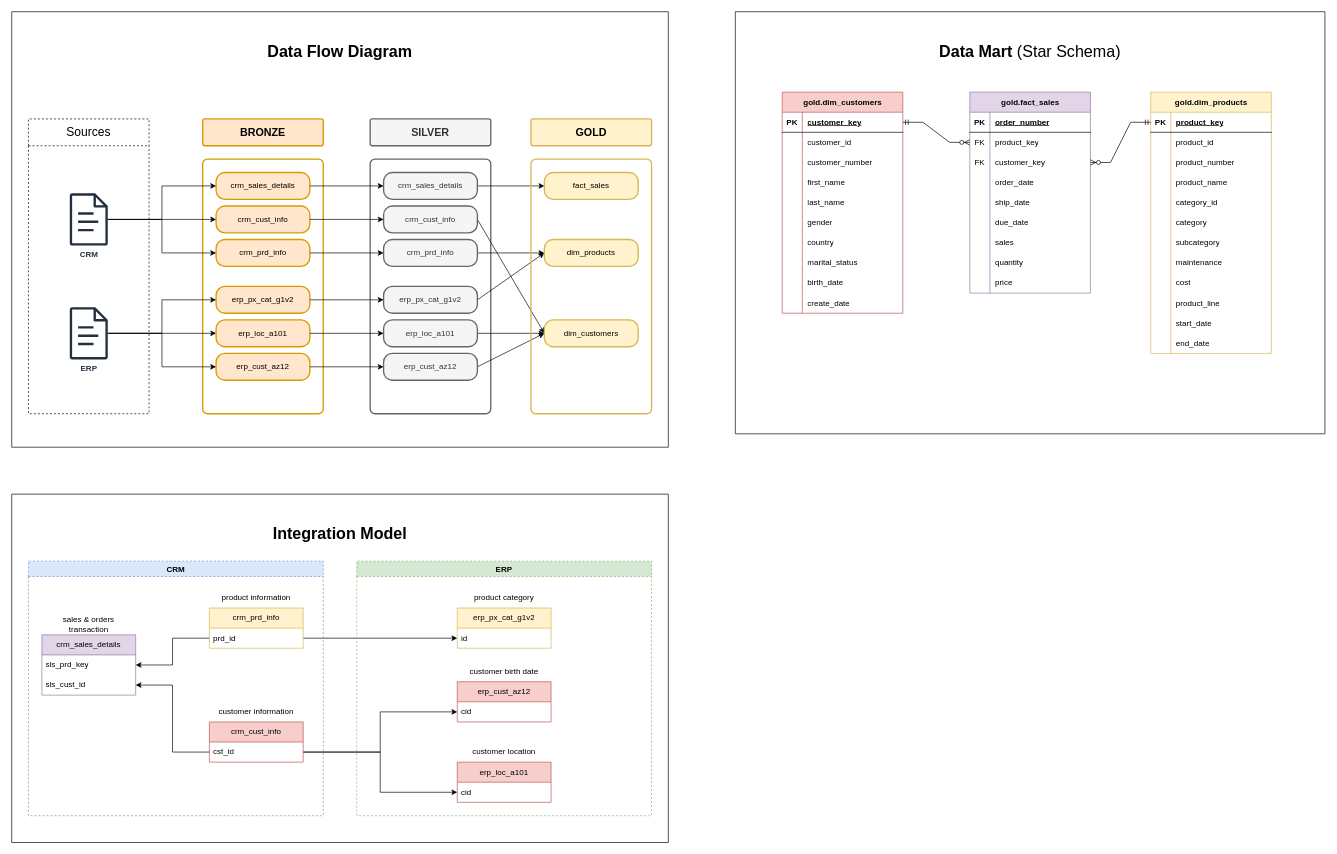
Above: docs/diagrams.drawio in sglkc/data-warehouse (draw.io), before the change. Source tidied: cells renumbered, new cells numbered last; positions are measured from the earlier drawing's top-left corner, leaving out a move shared by most shapes. Both pictures are drawn from the tidied source at 67%, with x=0, y=0 at pixel (11, 11).
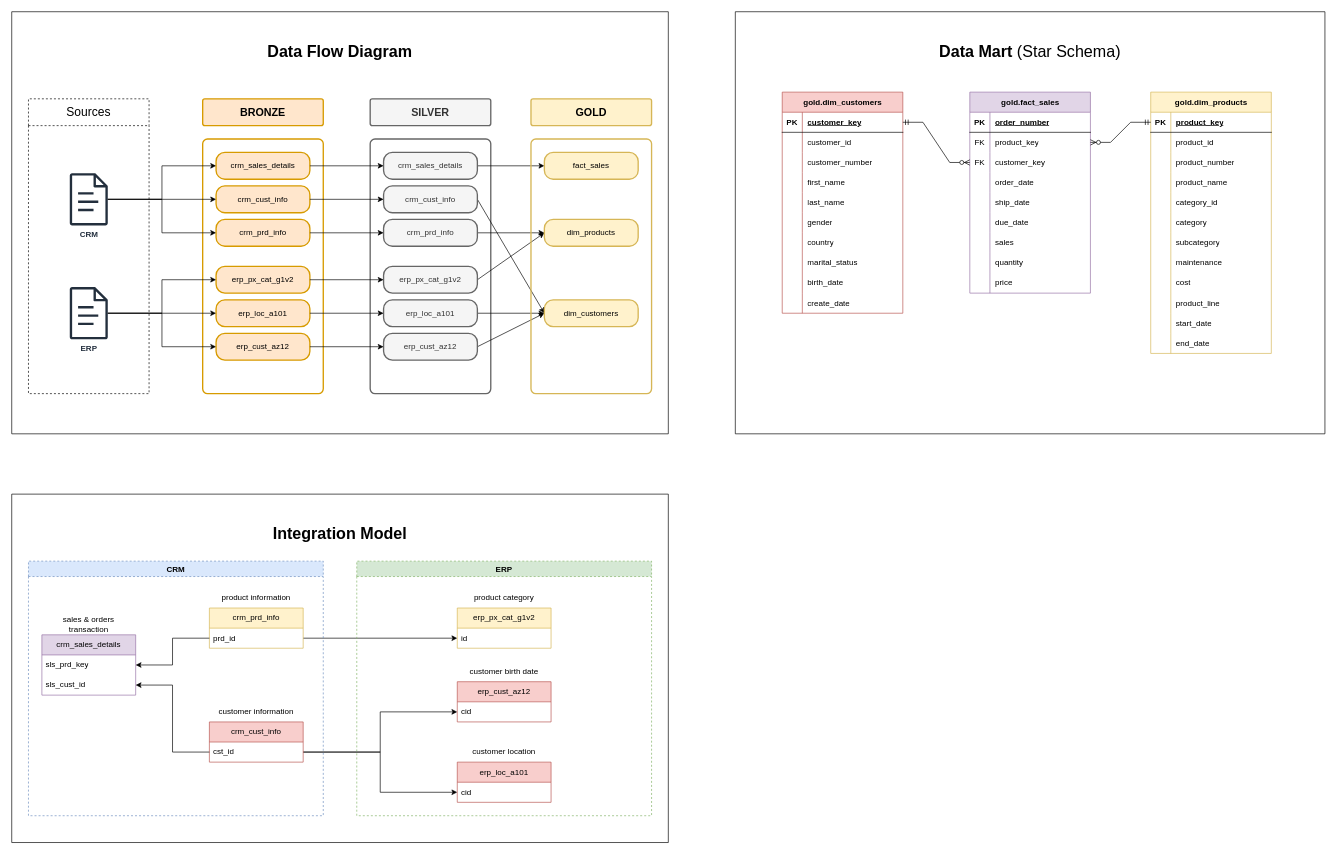
The same diagram, later.

Unchanged cells that the change refers to:
```xml
<mxCell id="80" style="swimlane;startSize=0;" parent="1" vertex="1">
  <mxGeometry x="1080" width="880" height="630" as="geometry" />
</mxCell>
<mxCell id="86" style="shape=tableRow;horizontal=0;startSize=0;swimlaneHead=0;swimlaneBody=0;fillColor=none;points=[[0,0.5],[1,0.5]];portConstraint=eastwest;top=0;left=0;right=0;bottom=0;" parent="82" vertex="1">
  <mxGeometry y="60" width="180" height="30" as="geometry" />
</mxCell>
<mxCell id="89" style="shape=tableRow;horizontal=0;startSize=0;swimlaneHead=0;swimlaneBody=0;fillColor=none;points=[[0,0.5],[1,0.5]];portConstraint=eastwest;top=0;left=0;right=0;bottom=0;" parent="82" vertex="1">
  <mxGeometry y="90" width="180" height="30" as="geometry" />
</mxCell>
<mxCell id="111" style="shape=tableRow;horizontal=0;startSize=0;swimlaneHead=0;swimlaneBody=0;fillColor=none;points=[[0,0.5],[1,0.5]];portConstraint=eastwest;top=0;left=0;right=0;bottom=1;" parent="110" vertex="1">
  <mxGeometry y="30" width="180" height="30" as="geometry" />
</mxCell>
<mxCell id="143" style="shape=tableRow;horizontal=0;startSize=0;swimlaneHead=0;swimlaneBody=0;fillColor=none;points=[[0,0.5],[1,0.5]];portConstraint=eastwest;top=0;left=0;right=0;bottom=1;" parent="142" vertex="1">
  <mxGeometry y="30" width="180" height="30" as="geometry" />
</mxCell>
```

The edit, as a diff of the source:
```diff
@@
     <mxCell id="2" style="swimlane;startSize=0;" parent="1" vertex="1">
-      <mxGeometry width="980" height="650" as="geometry" />
+      <mxGeometry width="980" height="630" as="geometry" />
     </mxCell>
     <mxCell id="3" value="Sources" style="swimlane;whiteSpace=wrap;html=1;fontSize=18;startSize=40;dashed=1;strokeWidth=1;fontStyle=0;swimlaneFillColor=none;fillColor=none;" parent="2" vertex="1">
-      <mxGeometry x="25" y="160" width="180" height="440" as="geometry" />
+      <mxGeometry x="25" y="130" width="180" height="440" as="geometry" />
     </mxCell>
@@
     <mxCell id="6" style="rounded=1;whiteSpace=wrap;html=1;arcSize=4;fillColor=none;strokeColor=#d79b00;strokeWidth=2;" parent="2" vertex="1">
-      <mxGeometry x="285" y="220" width="180" height="380" as="geometry" />
+      <mxGeometry x="285" y="190" width="180" height="380" as="geometry" />
     </mxCell>
     <mxCell id="7" value="&lt;b&gt;BRONZE&lt;/b&gt;" style="rounded=1;whiteSpace=wrap;html=1;arcSize=8;fillColor=#ffe6cc;strokeColor=#d79b00;strokeWidth=2;fontSize=16;" parent="2" vertex="1">
-      <mxGeometry x="285" y="160" width="180" height="40" as="geometry" />
+      <mxGeometry x="285" y="130" width="180" height="40" as="geometry" />
     </mxCell>
     <mxCell id="8" value="crm_sales_details" style="rounded=1;whiteSpace=wrap;html=1;arcSize=33;fillColor=#ffe6cc;strokeColor=#d79b00;strokeWidth=2;" parent="2" vertex="1">
-      <mxGeometry x="305" y="240" width="140" height="40" as="geometry" />
+      <mxGeometry x="305" y="210" width="140" height="40" as="geometry" />
     </mxCell>
     <mxCell id="9" value="crm_prd_info" style="rounded=1;whiteSpace=wrap;html=1;arcSize=33;fillColor=#ffe6cc;strokeColor=#d79b00;strokeWidth=2;" parent="2" vertex="1">
-      <mxGeometry x="305" y="340" width="140" height="40" as="geometry" />
+      <mxGeometry x="305" y="310" width="140" height="40" as="geometry" />
     </mxCell>
     <mxCell id="10" value="crm_cust_info" style="rounded=1;whiteSpace=wrap;html=1;arcSize=33;fillColor=#ffe6cc;strokeColor=#d79b00;strokeWidth=2;" parent="2" vertex="1">
-      <mxGeometry x="305" y="290" width="140" height="40" as="geometry" />
+      <mxGeometry x="305" y="260" width="140" height="40" as="geometry" />
     </mxCell>
     <mxCell id="11" value="erp_cust_az12" style="rounded=1;whiteSpace=wrap;html=1;arcSize=33;fillColor=#ffe6cc;strokeColor=#d79b00;strokeWidth=2;" parent="2" vertex="1">
-      <mxGeometry x="305" y="510" width="140" height="40" as="geometry" />
+      <mxGeometry x="305" y="480" width="140" height="40" as="geometry" />
     </mxCell>
     <mxCell id="12" value="erp_loc_a101" style="rounded=1;whiteSpace=wrap;html=1;arcSize=33;fillColor=#ffe6cc;strokeColor=#d79b00;strokeWidth=2;" parent="2" vertex="1">
-      <mxGeometry x="305" y="460" width="140" height="40" as="geometry" />
+      <mxGeometry x="305" y="430" width="140" height="40" as="geometry" />
     </mxCell>
     <mxCell id="13" value="erp_px_cat_g1v2" style="rounded=1;whiteSpace=wrap;html=1;arcSize=33;fillColor=#ffe6cc;strokeColor=#d79b00;strokeWidth=2;" parent="2" vertex="1">
-      <mxGeometry x="305" y="410" width="140" height="40" as="geometry" />
+      <mxGeometry x="305" y="380" width="140" height="40" as="geometry" />
     </mxCell>
@@
     <mxCell id="21" style="rounded=1;whiteSpace=wrap;html=1;arcSize=4;fillColor=none;strokeColor=#666666;strokeWidth=2;fontColor=#333333;" parent="2" vertex="1">
-      <mxGeometry x="535" y="220" width="180" height="380" as="geometry" />
+      <mxGeometry x="535" y="190" width="180" height="380" as="geometry" />
     </mxCell>
     <mxCell id="22" value="&lt;b&gt;SILVER&lt;/b&gt;" style="rounded=1;whiteSpace=wrap;html=1;arcSize=8;fillColor=#f5f5f5;strokeColor=#666666;strokeWidth=2;fontSize=16;fontColor=#333333;" parent="2" vertex="1">
-      <mxGeometry x="535" y="160" width="180" height="40" as="geometry" />
+      <mxGeometry x="535" y="130" width="180" height="40" as="geometry" />
     </mxCell>
@@
     <mxCell id="24" value="crm_sales_details" style="rounded=1;whiteSpace=wrap;html=1;arcSize=33;fillColor=#f5f5f5;strokeColor=#666666;strokeWidth=2;fontColor=#333333;" parent="2" vertex="1">
-      <mxGeometry x="555" y="240" width="140" height="40" as="geometry" />
+      <mxGeometry x="555" y="210" width="140" height="40" as="geometry" />
     </mxCell>
@@
     <mxCell id="26" value="crm_prd_info" style="rounded=1;whiteSpace=wrap;html=1;arcSize=33;fillColor=#f5f5f5;strokeColor=#666666;strokeWidth=2;fontColor=#333333;" parent="2" vertex="1">
-      <mxGeometry x="555" y="340" width="140" height="40" as="geometry" />
+      <mxGeometry x="555" y="310" width="140" height="40" as="geometry" />
     </mxCell>
@@
     <mxCell id="28" value="crm_cust_info" style="rounded=1;whiteSpace=wrap;html=1;arcSize=33;fillColor=#f5f5f5;strokeColor=#666666;strokeWidth=2;fontColor=#333333;" parent="2" vertex="1">
-      <mxGeometry x="555" y="290" width="140" height="40" as="geometry" />
+      <mxGeometry x="555" y="260" width="140" height="40" as="geometry" />
     </mxCell>
@@
     <mxCell id="30" value="erp_cust_az12" style="rounded=1;whiteSpace=wrap;html=1;arcSize=33;fillColor=#f5f5f5;strokeColor=#666666;strokeWidth=2;fontColor=#333333;" parent="2" vertex="1">
-      <mxGeometry x="555" y="510" width="140" height="40" as="geometry" />
+      <mxGeometry x="555" y="480" width="140" height="40" as="geometry" />
     </mxCell>
@@
     <mxCell id="32" value="erp_loc_a101" style="rounded=1;whiteSpace=wrap;html=1;arcSize=33;fillColor=#f5f5f5;strokeColor=#666666;strokeWidth=2;fontColor=#333333;" parent="2" vertex="1">
-      <mxGeometry x="555" y="460" width="140" height="40" as="geometry" />
+      <mxGeometry x="555" y="430" width="140" height="40" as="geometry" />
     </mxCell>
@@
     <mxCell id="34" value="erp_px_cat_g1v2" style="rounded=1;whiteSpace=wrap;html=1;arcSize=33;fillColor=#f5f5f5;strokeColor=#666666;strokeWidth=2;fontColor=#333333;" parent="2" vertex="1">
-      <mxGeometry x="555" y="410" width="140" height="40" as="geometry" />
+      <mxGeometry x="555" y="380" width="140" height="40" as="geometry" />
     </mxCell>
@@
     <mxCell id="41" style="rounded=1;whiteSpace=wrap;html=1;arcSize=4;fillColor=none;strokeColor=#d6b656;strokeWidth=2;" parent="2" vertex="1">
-      <mxGeometry x="775" y="220" width="180" height="380" as="geometry" />
+      <mxGeometry x="775" y="190" width="180" height="380" as="geometry" />
     </mxCell>
     <mxCell id="42" value="&lt;b&gt;GOLD&lt;/b&gt;" style="rounded=1;whiteSpace=wrap;html=1;arcSize=8;fillColor=#fff2cc;strokeColor=#d6b656;strokeWidth=2;fontSize=16;" parent="2" vertex="1">
-      <mxGeometry x="775" y="160" width="180" height="40" as="geometry" />
+      <mxGeometry x="775" y="130" width="180" height="40" as="geometry" />
     </mxCell>
     <mxCell id="43" value="fact_sales" style="rounded=1;whiteSpace=wrap;html=1;arcSize=33;fillColor=#fff2cc;strokeColor=#d6b656;strokeWidth=2;" parent="2" vertex="1">
-      <mxGeometry x="795" y="240" width="140" height="40" as="geometry" />
+      <mxGeometry x="795" y="210" width="140" height="40" as="geometry" />
     </mxCell>
     <mxCell id="44" value="dim_products" style="rounded=1;whiteSpace=wrap;html=1;arcSize=33;fillColor=#fff2cc;strokeColor=#d6b656;strokeWidth=2;" parent="2" vertex="1">
-      <mxGeometry x="795" y="340" width="140" height="40" as="geometry" />
+      <mxGeometry x="795" y="310" width="140" height="40" as="geometry" />
     </mxCell>
     <mxCell id="45" value="dim_customers" style="rounded=1;whiteSpace=wrap;html=1;arcSize=33;fillColor=#fff2cc;strokeColor=#d6b656;strokeWidth=2;" parent="2" vertex="1">
-      <mxGeometry x="795" y="460" width="140" height="40" as="geometry" />
+      <mxGeometry x="795" y="430" width="140" height="40" as="geometry" />
     </mxCell>
@@
-    <mxCell id="141" style="edgeStyle=entityRelationEdgeStyle;fontSize=12;html=1;endArrow=ERzeroToMany;startArrow=ERmandOne;rounded=0;entryX=0;entryY=0.5;entryDx=0;entryDy=0;exitX=1;exitY=0.5;exitDx=0;exitDy=0;" parent="80" edge="1" source="111" target="86">
+    <mxCell id="141" style="edgeStyle=entityRelationEdgeStyle;fontSize=12;html=1;endArrow=ERzeroToMany;startArrow=ERmandOne;rounded=0;entryX=0;entryY=0.5;entryDx=0;entryDy=0;exitX=1;exitY=0.5;exitDx=0;exitDy=0;" parent="80" edge="1" source="111" target="89">
       <mxGeometry relative="1" as="geometry" />
     </mxCell>
@@
-    <mxCell id="179" style="edgeStyle=entityRelationEdgeStyle;fontSize=12;html=1;endArrow=ERzeroToMany;startArrow=ERmandOne;rounded=0;entryX=1;entryY=0.5;entryDx=0;entryDy=0;exitX=0;exitY=0.5;exitDx=0;exitDy=0;" parent="80" edge="1" source="143" target="89">
+    <mxCell id="179" style="edgeStyle=entityRelationEdgeStyle;fontSize=12;html=1;endArrow=ERzeroToMany;startArrow=ERmandOne;rounded=0;entryX=1;entryY=0.5;entryDx=0;entryDy=0;exitX=0;exitY=0.5;exitDx=0;exitDy=0;" parent="80" edge="1" source="143" target="86">
       <mxGeometry relative="1" as="geometry" />
     </mxCell>
```
